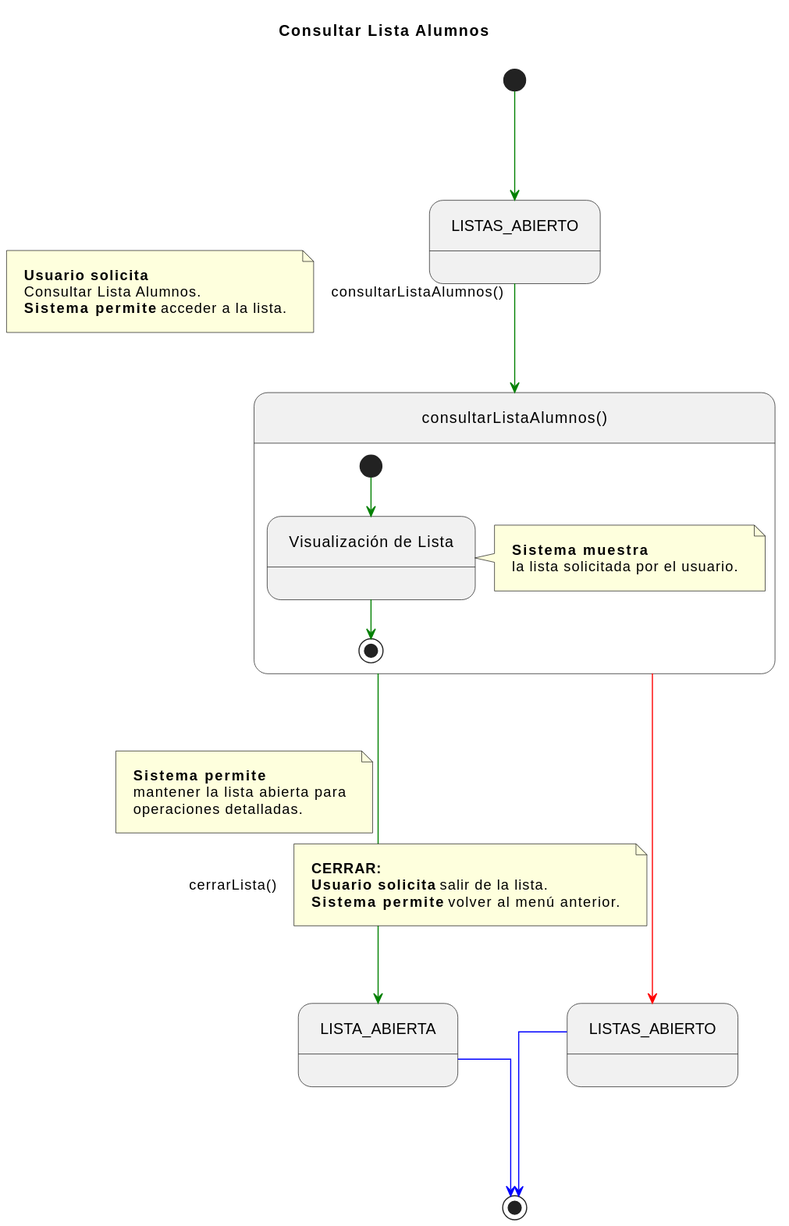
enmabry/25-26-IdSw1-SdR keeps this PlantUML diagram as documents/CasosDeUso/DetalladoCasosDeUso/Secretaria/consultarListaAlumnos.svg. Above is the earlier version.
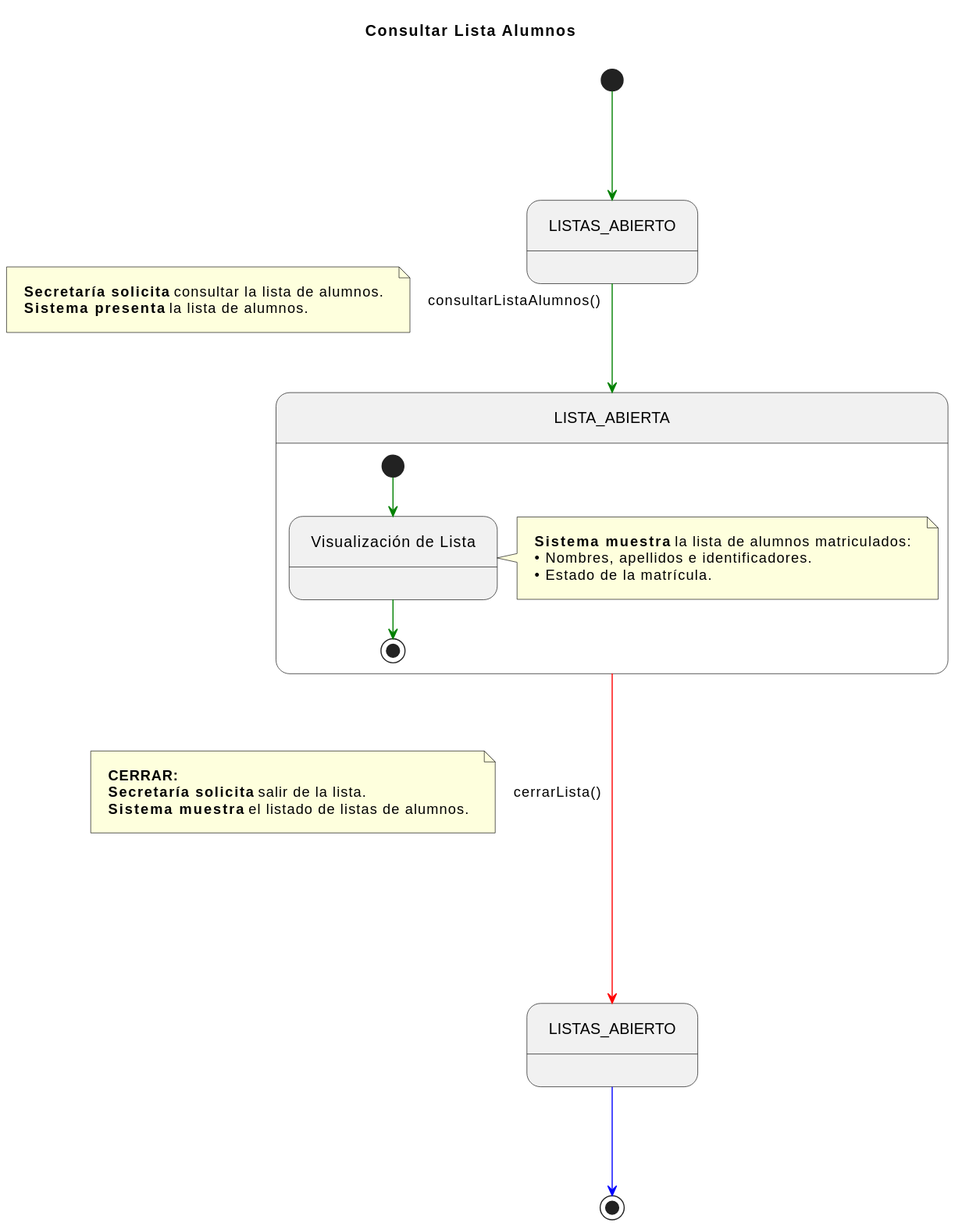
Above is the later version.

Commit message:
fix: corregir terminología y estructura en la mayoria de los casos de uso de Secretaría

Change to the diagram source:
```diff
@@ -1,52 +1,39 @@
 @startuml
 title Consultar Lista Alumnos
-
 skinparam nodesep 100
 skinparam ranksep 100
 skinparam linetype ortho
 skinparam Padding 10
 
 state LISTAS_ABIERTO_INICIAL as "LISTAS_ABIERTO"
-state CONSULTAR_LISTA_COMP   as "consultarListaAlumnos()"
-state LISTA_ABIERTA_FINAL    as "LISTA_ABIERTA"
-state LISTAS_ABIERTO_RETORNO as "LISTAS_ABIERTO"
+state LISTA_ABIERTA_COMP     as "LISTA_ABIERTA"
+state LISTAS_ABIERTO_FINAL   as "LISTAS_ABIERTO"
 
 [*] -[#green]-> LISTAS_ABIERTO_INICIAL
 
-LISTAS_ABIERTO_INICIAL -[#green]-> CONSULTAR_LISTA_COMP : consultarListaAlumnos()
+LISTAS_ABIERTO_INICIAL -[#green]-> LISTA_ABIERTA_COMP : consultarListaAlumnos()
 note left on link
-    <b>Usuario solicita</b>
-    Consultar Lista Alumnos.
-    <b>Sistema permite</b> acceder a la lista.
+    <b>Secretaría solicita</b> consultar la lista de alumnos.
+    <b>Sistema presenta</b> la lista de alumnos.
 end note
 
-state CONSULTAR_LISTA_COMP {
-    state MostrarLista as "Visualización de Lista"
-
-    [*] -[#green]-> MostrarLista
-
-    note right of MostrarLista
-        <b>Sistema muestra</b>
-        la lista solicitada por el usuario.
+state LISTA_ABIERTA_COMP {
+    state VisualizacionLista as "Visualización de Lista"
+    [*] -[#green]-> VisualizacionLista
+    note right of VisualizacionLista
+        <b>Sistema muestra</b> la lista de alumnos matriculados:
+        • Nombres, apellidos e identificadores.
+        • Estado de la matrícula.
     end note
-
-    MostrarLista -[#green]-> [*]
+    VisualizacionLista -[#green]-> [*]
 }
 
-CONSULTAR_LISTA_COMP -[#green]---> LISTA_ABIERTA_FINAL
+LISTA_ABIERTA_COMP -[#red]---> LISTAS_ABIERTO_FINAL : cerrarLista()
 note left on link
-    <b>Sistema permite</b>
-    mantener la lista abierta para
-    operaciones detalladas.
+    <b>CERRAR:</b>
+    <b>Secretaría solicita</b> salir de la lista.
+    <b>Sistema muestra</b> el listado de listas de alumnos.
 end note
 
-CONSULTAR_LISTA_COMP -[#red]---> LISTAS_ABIERTO_RETORNO : cerrarLista()
-note right on link
-    <b>CERRAR:</b>
-    <b>Usuario solicita</b> salir de la lista.
-    <b>Sistema permite</b> volver al menú anterior.
-end note
-
-LISTA_ABIERTA_FINAL -[#blue]-> [*]
-LISTAS_ABIERTO_RETORNO -[#blue]-> [*]
+LISTAS_ABIERTO_FINAL -[#blue]-> [*]
 @enduml
```
